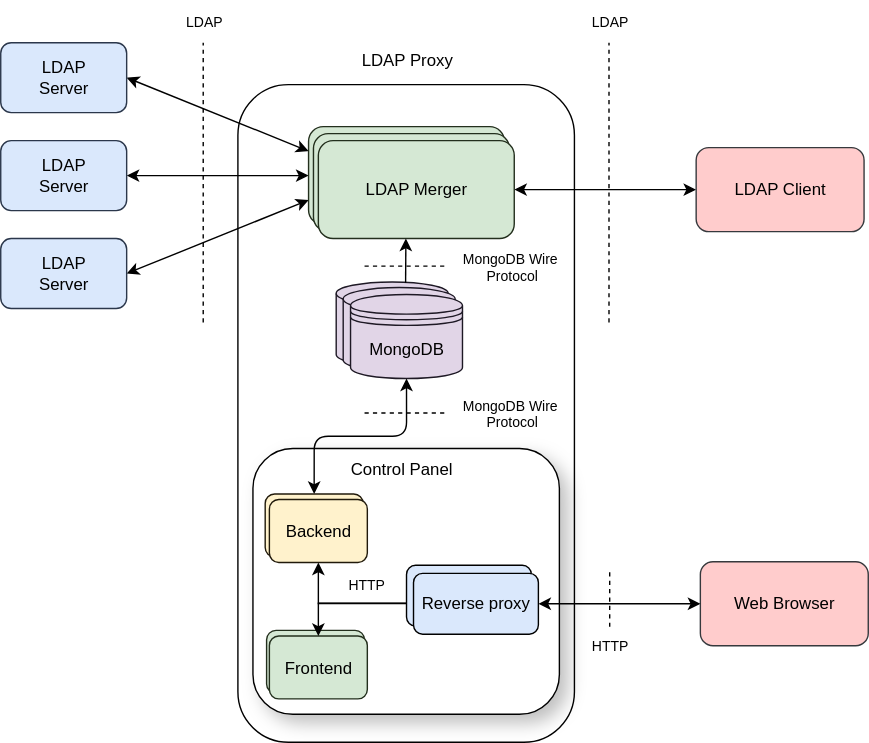
eutampieri/ldap-proxy keeps this draw.io diagram as reports/arch.drawio.svg. Above is the earlier version. Source tidied: cells renumbered, new cells last; positions are measured from the earlier drawing's top-left corner, leaving out a move shared by most shapes.
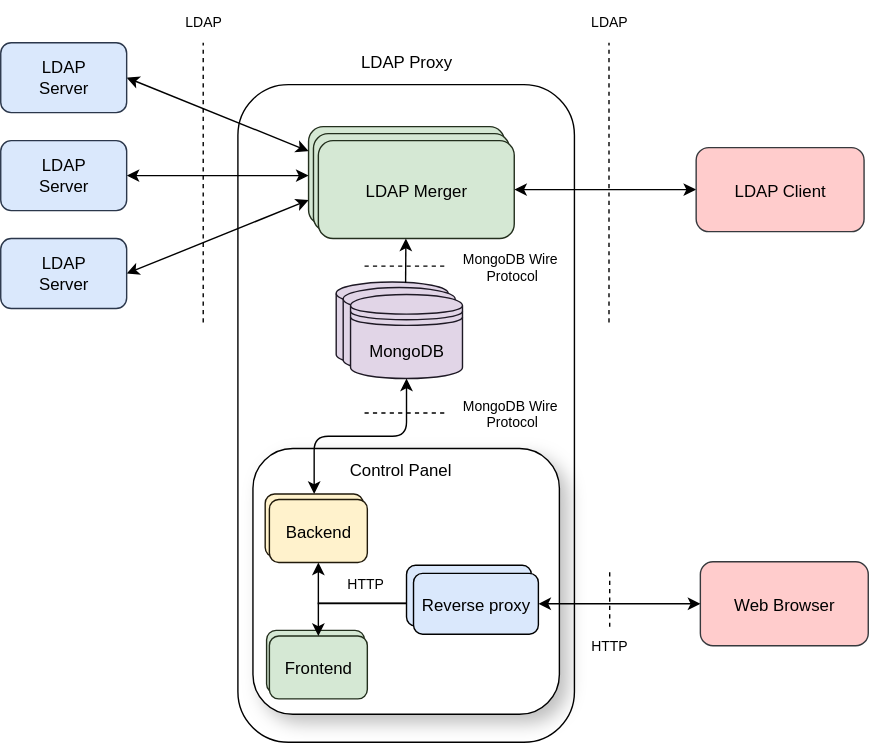
The same diagram one commit later.

The edit, as a diff of the source:
```diff
@@ -2,169 +2,169 @@
   <root>
     <mxCell id="0" />
     <mxCell id="1" parent="0" />
-    <mxCell id="2" style="rounded=1;whiteSpace=wrap;html=1;" parent="1" vertex="1">
+    <mxCell id="2" style="rounded=1;whiteSpace=wrap;html=1;convertToSvg=1;" parent="1" vertex="1">
       <mxGeometry x="169.5" y="60" width="240.5" height="470" as="geometry" />
     </mxCell>
-    <mxCell id="3" style="shape=cylinder3;whiteSpace=wrap;html=1;boundedLbl=1;backgroundOutline=1;size=8.16664632161465;fillColor=#e1d5e7;strokeColor=#1E1925;" parent="1" vertex="1">
+    <mxCell id="3" style="shape=cylinder3;whiteSpace=wrap;html=1;boundedLbl=1;backgroundOutline=1;size=8.16664632161465;fillColor=#e1d5e7;strokeColor=#1E1925;convertToSvg=1;" parent="1" vertex="1">
       <mxGeometry x="239.8" y="201" width="80" height="60" as="geometry" />
     </mxCell>
-    <mxCell id="4" style="shape=cylinder3;whiteSpace=wrap;html=1;boundedLbl=1;backgroundOutline=1;size=8.16664632161465;fillColor=#e1d5e7;strokeColor=#1E1925;" parent="1" vertex="1">
+    <mxCell id="4" style="shape=cylinder3;whiteSpace=wrap;html=1;boundedLbl=1;backgroundOutline=1;size=8.16664632161465;fillColor=#e1d5e7;strokeColor=#1E1925;convertToSvg=1;" parent="1" vertex="1">
       <mxGeometry x="244.8" y="205" width="80" height="60" as="geometry" />
     </mxCell>
-    <mxCell id="5" value="MongoDB" style="shape=datastore;whiteSpace=wrap;html=1;fillColor=#e1d5e7;strokeColor=#1E1925;" parent="1" vertex="1">
+    <mxCell id="5" value="MongoDB" style="shape=datastore;whiteSpace=wrap;html=1;fillColor=#e1d5e7;strokeColor=#1E1925;convertToSvg=1;" parent="1" vertex="1">
       <mxGeometry x="250" y="210" width="80" height="60" as="geometry" />
     </mxCell>
-    <mxCell id="6" style="rounded=0;jettySize=auto;html=1;entryX=1;entryY=0.5;entryDx=0;entryDy=0;exitX=0;exitY=0.25;exitDx=0;exitDy=0;startArrow=classic;startFill=1;" parent="1" edge="1" source="9" target="10">
+    <mxCell id="6" style="rounded=0;jettySize=auto;html=1;entryX=1;entryY=0.5;entryDx=0;entryDy=0;exitX=0;exitY=0.25;exitDx=0;exitDy=0;startArrow=classic;startFill=1;convertToSvg=1;" parent="1" edge="1" source="9" target="10">
       <mxGeometry relative="1" as="geometry" />
     </mxCell>
-    <mxCell id="7" style="edgeStyle=orthogonalEdgeStyle;rounded=0;jettySize=auto;html=1;entryX=1;entryY=0.5;entryDx=0;entryDy=0;startArrow=classic;startFill=1;" parent="1" edge="1" source="9" target="11">
+    <mxCell id="7" style="edgeStyle=orthogonalEdgeStyle;rounded=0;jettySize=auto;html=1;entryX=1;entryY=0.5;entryDx=0;entryDy=0;startArrow=classic;startFill=1;convertToSvg=1;" parent="1" edge="1" source="9" target="11">
       <mxGeometry relative="1" as="geometry" />
     </mxCell>
-    <mxCell id="8" style="rounded=0;jettySize=auto;html=1;entryX=1;entryY=0.5;entryDx=0;entryDy=0;exitX=0;exitY=0.75;exitDx=0;exitDy=0;startArrow=classic;startFill=1;" parent="1" edge="1" source="9" target="12">
+    <mxCell id="8" style="rounded=0;jettySize=auto;html=1;entryX=1;entryY=0.5;entryDx=0;entryDy=0;exitX=0;exitY=0.75;exitDx=0;exitDy=0;startArrow=classic;startFill=1;convertToSvg=1;" parent="1" edge="1" source="9" target="12">
       <mxGeometry relative="1" as="geometry" />
     </mxCell>
-    <mxCell id="9" value="LDAP Merger" style="rounded=1;whiteSpace=wrap;html=1;fillColor=#d5e8d4;strokeColor=#232F1D;" parent="1" vertex="1">
+    <mxCell id="9" value="LDAP Merger" style="rounded=1;whiteSpace=wrap;html=1;fillColor=#d5e8d4;strokeColor=#232F1D;convertToSvg=1;" parent="1" vertex="1">
       <mxGeometry x="220" y="90" width="140" height="70" as="geometry" />
     </mxCell>
-    <mxCell id="10" value="LDAP&lt;br&gt;Server" style="rounded=1;whiteSpace=wrap;html=1;fillColor=#dae8fc;strokeColor=#2B374B;" parent="1" vertex="1">
+    <mxCell id="10" value="LDAP&lt;br&gt;Server" style="rounded=1;whiteSpace=wrap;html=1;fillColor=#dae8fc;strokeColor=#2B374B;convertToSvg=1;" parent="1" vertex="1">
       <mxGeometry y="30" width="90" height="50" as="geometry" />
     </mxCell>
-    <mxCell id="11" value="LDAP&lt;br&gt;Server" style="rounded=1;whiteSpace=wrap;html=1;fillColor=#dae8fc;strokeColor=#2B374B;" parent="1" vertex="1">
+    <mxCell id="11" value="LDAP&lt;br&gt;Server" style="rounded=1;whiteSpace=wrap;html=1;fillColor=#dae8fc;strokeColor=#2B374B;convertToSvg=1;" parent="1" vertex="1">
       <mxGeometry y="100" width="90" height="50" as="geometry" />
     </mxCell>
-    <mxCell id="12" value="LDAP&lt;br&gt;Server" style="rounded=1;whiteSpace=wrap;html=1;fillColor=#dae8fc;strokeColor=#2B374B;" parent="1" vertex="1">
+    <mxCell id="12" value="LDAP&lt;br&gt;Server" style="rounded=1;whiteSpace=wrap;html=1;fillColor=#dae8fc;strokeColor=#2B374B;convertToSvg=1;" parent="1" vertex="1">
       <mxGeometry y="170" width="90" height="50" as="geometry" />
     </mxCell>
-    <mxCell id="13" style="endArrow=none;dashed=1;html=1;rounded=0;" parent="1" edge="1">
+    <mxCell id="13" style="endArrow=none;dashed=1;html=1;rounded=0;convertToSvg=1;" parent="1" edge="1">
       <mxGeometry relative="1" as="geometry">
         <mxPoint x="144.7" y="230" as="sourcePoint" />
         <mxPoint x="144.7" y="30" as="targetPoint" />
       </mxGeometry>
     </mxCell>
-    <mxCell id="14" value="LDAP" style="text;html=1;align=center;verticalAlign=middle;strokeColor=none;fillColor=none;fontSize=10;" parent="1" vertex="1">
+    <mxCell id="14" value="LDAP" style="text;html=1;align=center;verticalAlign=middle;strokeColor=none;fillColor=none;fontSize=10;convertToSvg=1;" parent="1" vertex="1">
       <mxGeometry x="120" width="50" height="30" as="geometry" />
     </mxCell>
-    <mxCell id="15" style="endArrow=none;dashed=1;html=1;rounded=0;" parent="1" edge="1">
+    <mxCell id="15" style="endArrow=none;dashed=1;html=1;rounded=0;convertToSvg=1;" parent="1" edge="1">
       <mxGeometry relative="1" as="geometry">
         <mxPoint x="260" y="189.7" as="sourcePoint" />
         <mxPoint x="320" y="189.7" as="targetPoint" />
       </mxGeometry>
     </mxCell>
-    <mxCell id="16" value="MongoDB Wire&amp;nbsp;&lt;div&gt;Protocol&lt;/div&gt;" style="text;html=1;align=center;verticalAlign=middle;strokeColor=none;fillColor=none;fontSize=10;" parent="1" vertex="1">
+    <mxCell id="16" value="MongoDB Wire&amp;nbsp;&lt;div&gt;Protocol&lt;/div&gt;" style="text;html=1;align=center;verticalAlign=middle;strokeColor=none;fillColor=none;fontSize=10;convertToSvg=1;" parent="1" vertex="1">
       <mxGeometry x="320" y="170" width="90" height="40" as="geometry" />
     </mxCell>
-    <mxCell id="17" style="rounded=1;whiteSpace=wrap;html=1;fillColor=default;fillStyle=solid;shadow=1;shadowOffsetX=6;shadowOffsetY=6;shadowBlur=6;" parent="1" vertex="1">
+    <mxCell id="17" style="rounded=1;whiteSpace=wrap;html=1;fillColor=default;fillStyle=solid;shadow=1;shadowOffsetX=6;shadowOffsetY=6;shadowBlur=6;convertToSvg=1;" parent="1" vertex="1">
       <mxGeometry x="180.2" y="320" width="219" height="190" as="geometry" />
     </mxCell>
-    <mxCell id="18" style="rounded=1;jettySize=auto;html=1;startArrow=classic;startFill=1;exitX=0.5;exitY=1;exitDx=0;exitDy=0;entryX=0.5;entryY=0;entryDx=0;entryDy=0;edgeStyle=orthogonalEdgeStyle;curved=0;" parent="1" edge="1" source="5" target="46">
+    <mxCell id="18" style="rounded=1;jettySize=auto;html=1;startArrow=classic;startFill=1;exitX=0.5;exitY=1;exitDx=0;exitDy=0;entryX=0.5;entryY=0;entryDx=0;entryDy=0;edgeStyle=orthogonalEdgeStyle;curved=0;convertToSvg=1;" parent="1" edge="1" source="5" target="46">
       <mxGeometry relative="1" as="geometry" />
     </mxCell>
-    <mxCell id="19" style="endArrow=none;dashed=1;html=1;rounded=0;" parent="1" edge="1">
+    <mxCell id="19" style="endArrow=none;dashed=1;html=1;rounded=0;convertToSvg=1;" parent="1" edge="1">
       <mxGeometry relative="1" as="geometry">
         <mxPoint x="260" y="294.7" as="sourcePoint" />
         <mxPoint x="320" y="294.7" as="targetPoint" />
       </mxGeometry>
     </mxCell>
-    <mxCell id="20" value="MongoDB Wire&amp;nbsp;&lt;div&gt;Protocol&lt;/div&gt;" style="text;html=1;align=center;verticalAlign=middle;strokeColor=none;fillColor=none;fontSize=10;" parent="1" vertex="1">
+    <mxCell id="20" value="MongoDB Wire&amp;nbsp;&lt;div&gt;Protocol&lt;/div&gt;" style="text;html=1;align=center;verticalAlign=middle;strokeColor=none;fillColor=none;fontSize=10;convertToSvg=1;" parent="1" vertex="1">
       <mxGeometry x="320" y="275" width="90" height="40" as="geometry" />
     </mxCell>
-    <mxCell id="21" value="Control Panel" style="text;html=1;align=center;verticalAlign=middle;strokeColor=none;fillColor=none;" parent="1" vertex="1">
+    <mxCell id="21" value="Control Panel" style="text;html=1;align=center;verticalAlign=middle;strokeColor=none;fillColor=none;convertToSvg=1;" parent="1" vertex="1">
       <mxGeometry x="235.8" y="320" width="100" height="30" as="geometry" />
     </mxCell>
-    <mxCell id="22" value="HTTP" style="text;html=1;align=center;verticalAlign=middle;strokeColor=none;fillColor=none;fontSize=10;" parent="1" vertex="1">
+    <mxCell id="22" value="HTTP" style="text;html=1;align=center;verticalAlign=middle;strokeColor=none;fillColor=none;fontSize=10;convertToSvg=1;" parent="1" vertex="1">
       <mxGeometry x="235.8" y="401.5" width="50" height="30" as="geometry" />
     </mxCell>
-    <mxCell id="23" style="edgeStyle=orthogonalEdgeStyle;rounded=0;jettySize=auto;html=1;startArrow=classic;startFill=1;" parent="1" edge="1" source="24">
+    <mxCell id="23" style="edgeStyle=orthogonalEdgeStyle;rounded=0;jettySize=auto;html=1;startArrow=classic;startFill=1;convertToSvg=1;" parent="1" edge="1" source="24">
       <mxGeometry relative="1" as="geometry">
         <mxPoint x="367" y="135" as="targetPoint" />
       </mxGeometry>
     </mxCell>
-    <mxCell id="24" value="LDAP Client" style="rounded=1;whiteSpace=wrap;html=1;fillColor=#ffcccc;strokeColor=#36393d;" parent="1" vertex="1">
+    <mxCell id="24" value="LDAP Client" style="rounded=1;whiteSpace=wrap;html=1;fillColor=#ffcccc;strokeColor=#36393d;convertToSvg=1;" parent="1" vertex="1">
       <mxGeometry x="497" y="105" width="120" height="60" as="geometry" />
     </mxCell>
-    <mxCell id="25" value="LDAP" style="text;html=1;align=center;verticalAlign=middle;strokeColor=none;fillColor=none;fontSize=10;" parent="1" vertex="1">
+    <mxCell id="25" value="LDAP" style="text;html=1;align=center;verticalAlign=middle;strokeColor=none;fillColor=none;fontSize=10;convertToSvg=1;" parent="1" vertex="1">
       <mxGeometry x="410" width="50" height="30" as="geometry" />
     </mxCell>
-    <mxCell id="26" style="endArrow=none;dashed=1;html=1;rounded=0;" parent="1" edge="1">
+    <mxCell id="26" style="endArrow=none;dashed=1;html=1;rounded=0;convertToSvg=1;" parent="1" edge="1">
       <mxGeometry relative="1" as="geometry">
         <mxPoint x="434.7" y="230" as="sourcePoint" />
         <mxPoint x="434.7" y="30" as="targetPoint" />
       </mxGeometry>
     </mxCell>
-    <mxCell id="27" value="LDAP Proxy" style="text;html=1;align=center;verticalAlign=middle;strokeColor=none;fillColor=none;" parent="1" vertex="1">
+    <mxCell id="27" value="LDAP Proxy" style="text;html=1;align=center;verticalAlign=middle;strokeColor=none;fillColor=none;convertToSvg=1;" parent="1" vertex="1">
       <mxGeometry x="245" y="28" width="90" height="30" as="geometry" />
     </mxCell>
-    <mxCell id="28" value="LDAP Merger" style="rounded=1;whiteSpace=wrap;html=1;fillColor=#d5e8d4;strokeColor=#232F1D;" parent="1" vertex="1">
+    <mxCell id="28" value="LDAP Merger" style="rounded=1;whiteSpace=wrap;html=1;fillColor=#d5e8d4;strokeColor=#232F1D;convertToSvg=1;" parent="1" vertex="1">
       <mxGeometry x="223.5" y="95" width="140" height="70" as="geometry" />
     </mxCell>
-    <mxCell id="29" value="LDAP Merger" style="rounded=1;whiteSpace=wrap;html=1;fillColor=#d5e8d4;strokeColor=#232F1D;" parent="1" vertex="1">
+    <mxCell id="29" value="LDAP Merger" style="rounded=1;whiteSpace=wrap;html=1;fillColor=#d5e8d4;strokeColor=#232F1D;convertToSvg=1;" parent="1" vertex="1">
       <mxGeometry x="227" y="100" width="140" height="70" as="geometry" />
     </mxCell>
-    <mxCell id="30" style="endArrow=classic;startArrow=none;html=1;rounded=0;startFill=0;exitX=0.62;exitY=0.011;exitDx=0;exitDy=0;exitPerimeter=0;" parent="1" edge="1" source="3">
+    <mxCell id="30" style="endArrow=classic;startArrow=none;html=1;rounded=0;startFill=0;exitX=0.62;exitY=0.011;exitDx=0;exitDy=0;exitPerimeter=0;convertToSvg=1;" parent="1" edge="1" source="3">
       <mxGeometry relative="1" as="geometry">
         <mxPoint x="289.6" y="170" as="targetPoint" />
       </mxGeometry>
     </mxCell>
-    <mxCell id="31" style="group;" parent="1" vertex="1">
+    <mxCell id="31" style="group;convertToSvg=1;" parent="1" vertex="1">
       <mxGeometry x="193" y="450" width="73" height="49" as="geometry" />
     </mxCell>
-    <mxCell id="32" style="group;" parent="31" vertex="1">
+    <mxCell id="32" style="group;convertToSvg=1;" parent="31" vertex="1">
       <mxGeometry x="-3" width="73" height="49" as="geometry" />
     </mxCell>
-    <mxCell id="33" value="Frontend" style="rounded=1;whiteSpace=wrap;html=1;fillColor=#d5e8d4;strokeColor=#232F1D;" parent="32" vertex="1">
+    <mxCell id="33" value="Frontend" style="rounded=1;whiteSpace=wrap;html=1;fillColor=#d5e8d4;strokeColor=#232F1D;convertToSvg=1;" parent="32" vertex="1">
       <mxGeometry width="70" height="45" as="geometry" />
     </mxCell>
-    <mxCell id="34" value="Frontend" style="rounded=1;whiteSpace=wrap;html=1;fillColor=#d5e8d4;strokeColor=#232F1D;" parent="32" vertex="1">
+    <mxCell id="34" value="Frontend" style="rounded=1;whiteSpace=wrap;html=1;fillColor=#d5e8d4;strokeColor=#232F1D;convertToSvg=1;" parent="32" vertex="1">
       <mxGeometry x="2" y="4" width="70" height="45" as="geometry" />
     </mxCell>
-    <mxCell id="35" style="group;" parent="1" vertex="1">
+    <mxCell id="35" style="group;convertToSvg=1;" parent="1" vertex="1">
       <mxGeometry x="400" y="401" width="220" height="75" as="geometry" />
     </mxCell>
-    <mxCell id="36" value="Web Browser" style="rounded=1;whiteSpace=wrap;html=1;fillColor=#ffcccc;strokeColor=#36393d;" parent="35" vertex="1">
+    <mxCell id="36" value="Web Browser" style="rounded=1;whiteSpace=wrap;html=1;fillColor=#ffcccc;strokeColor=#36393d;convertToSvg=1;" parent="35" vertex="1">
       <mxGeometry x="100" width="120" height="60" as="geometry" />
     </mxCell>
-    <mxCell id="37" style="endArrow=none;dashed=1;html=1;rounded=0;" parent="35" edge="1">
+    <mxCell id="37" style="endArrow=none;dashed=1;html=1;rounded=0;convertToSvg=1;" parent="35" edge="1">
       <mxGeometry relative="1" as="geometry">
         <mxPoint x="35.2" y="7.5" as="sourcePoint" />
         <mxPoint x="35.2" y="47.4" as="targetPoint" />
       </mxGeometry>
     </mxCell>
-    <mxCell id="38" value="HTTP" style="text;html=1;align=center;verticalAlign=middle;strokeColor=none;fillColor=none;fontSize=10;" parent="35" vertex="1">
+    <mxCell id="38" value="HTTP" style="text;html=1;align=center;verticalAlign=middle;strokeColor=none;fillColor=none;fontSize=10;convertToSvg=1;" parent="35" vertex="1">
       <mxGeometry x="10" y="45" width="50" height="30" as="geometry" />
     </mxCell>
-    <mxCell id="39" style="edgeStyle=orthogonalEdgeStyle;rounded=0;jettySize=auto;html=1;startArrow=classic;startFill=1;entryX=0;entryY=0.5;entryDx=0;entryDy=0;exitX=1;exitY=0.5;exitDx=0;exitDy=0;" parent="1" edge="1" source="42" target="36">
+    <mxCell id="39" style="edgeStyle=orthogonalEdgeStyle;rounded=0;jettySize=auto;html=1;startArrow=classic;startFill=1;entryX=0;entryY=0.5;entryDx=0;entryDy=0;exitX=1;exitY=0.5;exitDx=0;exitDy=0;convertToSvg=1;" parent="1" edge="1" source="42" target="36">
       <mxGeometry relative="1" as="geometry" />
     </mxCell>
-    <mxCell id="40" style="group;" parent="1" vertex="1">
+    <mxCell id="40" style="group;convertToSvg=1;" parent="1" vertex="1">
       <mxGeometry x="290" y="403.5" width="94.2" height="49.2" as="geometry" />
     </mxCell>
-    <mxCell id="41" style="rounded=1;whiteSpace=wrap;html=1;fillColor=#dae8fc;strokeColor=light-dark(#000000, #5c79a3);" parent="40" vertex="1">
+    <mxCell id="41" style="rounded=1;whiteSpace=wrap;html=1;fillColor=#dae8fc;strokeColor=light-dark(#000000, #5c79a3);convertToSvg=1;" parent="40" vertex="1">
       <mxGeometry width="89.2" height="43.5" as="geometry" />
     </mxCell>
-    <mxCell id="42" value="Reverse proxy" style="rounded=1;whiteSpace=wrap;html=1;fillColor=#dae8fc;strokeColor=light-dark(#000000, #5c79a3);" parent="40" vertex="1">
+    <mxCell id="42" value="Reverse proxy" style="rounded=1;whiteSpace=wrap;html=1;fillColor=#dae8fc;strokeColor=light-dark(#000000, #5c79a3);convertToSvg=1;" parent="40" vertex="1">
       <mxGeometry x="5" y="5.8" width="89.2" height="43.5" as="geometry" />
     </mxCell>
-    <mxCell id="43" style="edgeStyle=orthogonalEdgeStyle;rounded=0;jettySize=auto;html=1;exitX=0.001;exitY=0.628;exitDx=0;exitDy=0;exitPerimeter=0;" parent="1" edge="1" source="41" target="47">
+    <mxCell id="43" style="edgeStyle=orthogonalEdgeStyle;rounded=0;jettySize=auto;html=1;exitX=0.001;exitY=0.628;exitDx=0;exitDy=0;exitPerimeter=0;convertToSvg=1;" parent="1" edge="1" source="41" target="47">
       <mxGeometry relative="1" as="geometry">
         <Array as="points">
           <mxPoint x="227" y="431" />
         </Array>
       </mxGeometry>
     </mxCell>
-    <mxCell id="44" style="edgeStyle=orthogonalEdgeStyle;rounded=0;jettySize=auto;html=1;exitX=0.001;exitY=0.623;exitDx=0;exitDy=0;exitPerimeter=0;" parent="1" edge="1" source="41" target="34">
+    <mxCell id="44" style="edgeStyle=orthogonalEdgeStyle;rounded=0;jettySize=auto;html=1;exitX=0.001;exitY=0.623;exitDx=0;exitDy=0;exitPerimeter=0;convertToSvg=1;" parent="1" edge="1" source="41" target="34">
       <mxGeometry relative="1" as="geometry">
         <Array as="points">
           <mxPoint x="227" y="431" />
         </Array>
       </mxGeometry>
     </mxCell>
-    <mxCell id="45" style="group;" parent="1" vertex="1">
+    <mxCell id="45" style="group;convertToSvg=1;" parent="1" vertex="1">
       <mxGeometry x="189" y="352.5" width="73" height="49" as="geometry" />
     </mxCell>
-    <mxCell id="46" value="Backend" style="rounded=1;whiteSpace=wrap;html=1;fillColor=#fff2cc;strokeColor=#211A0B;" parent="45" vertex="1">
+    <mxCell id="46" value="Backend" style="rounded=1;whiteSpace=wrap;html=1;fillColor=#fff2cc;strokeColor=#211A0B;convertToSvg=1;" parent="45" vertex="1">
       <mxGeometry width="70" height="45" as="geometry" />
     </mxCell>
-    <mxCell id="47" value="Backend" style="rounded=1;whiteSpace=wrap;html=1;fillColor=#fff2cc;strokeColor=#211A0B;" parent="45" vertex="1">
+    <mxCell id="47" value="Backend" style="rounded=1;whiteSpace=wrap;html=1;fillColor=#fff2cc;strokeColor=#211A0B;convertToSvg=1;" parent="45" vertex="1">
       <mxGeometry x="3" y="4" width="70" height="45" as="geometry" />
     </mxCell>
   </root>
```
